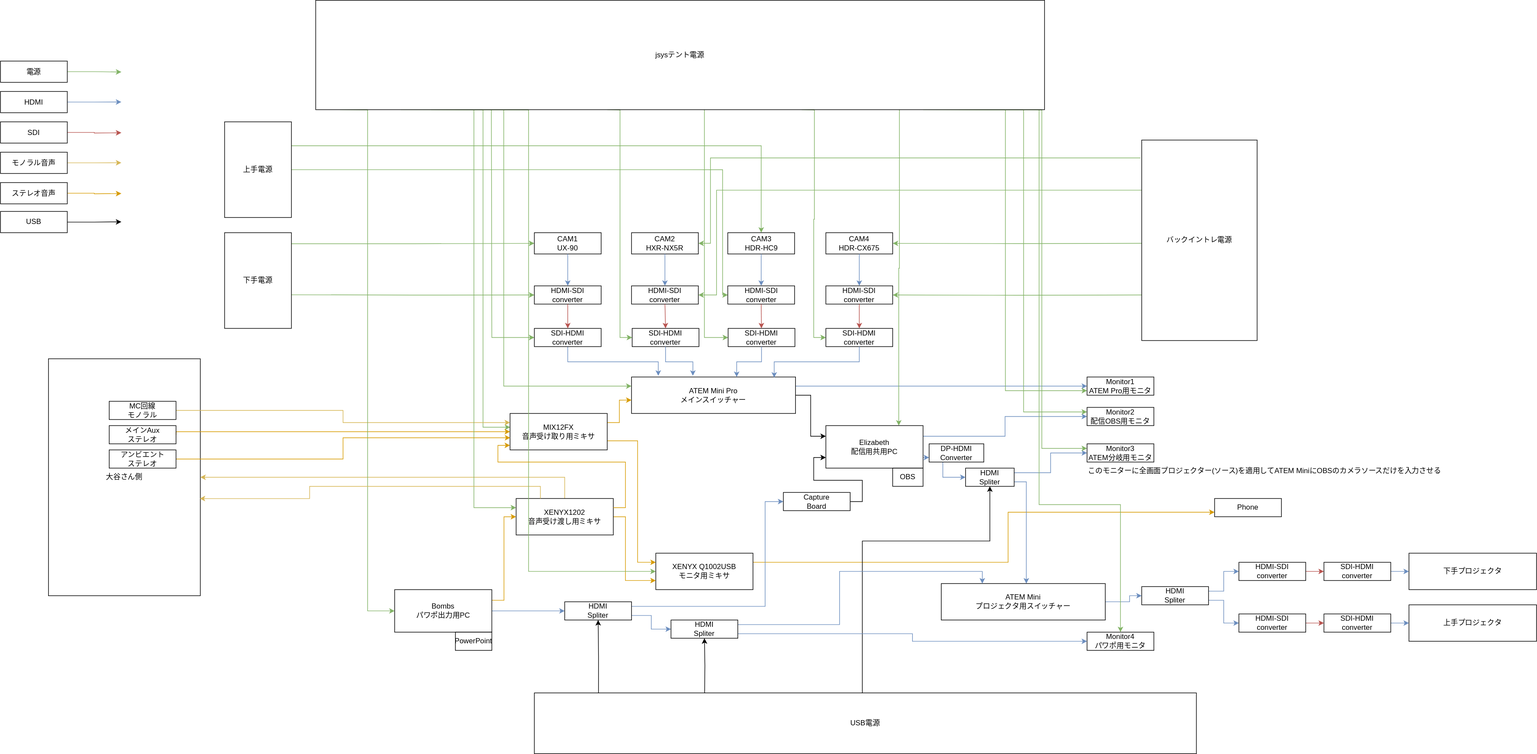
The draw.io diagram drawio-svg/jsys23-eizou-wiring.drawio.svg in dolceWFC/sohosai-eizou-live-wiring, before a commit. Source tidied: cells renumbered, new cells last; positions are measured from the earlier drawing's top-left corner, leaving out a move shared by most shapes.
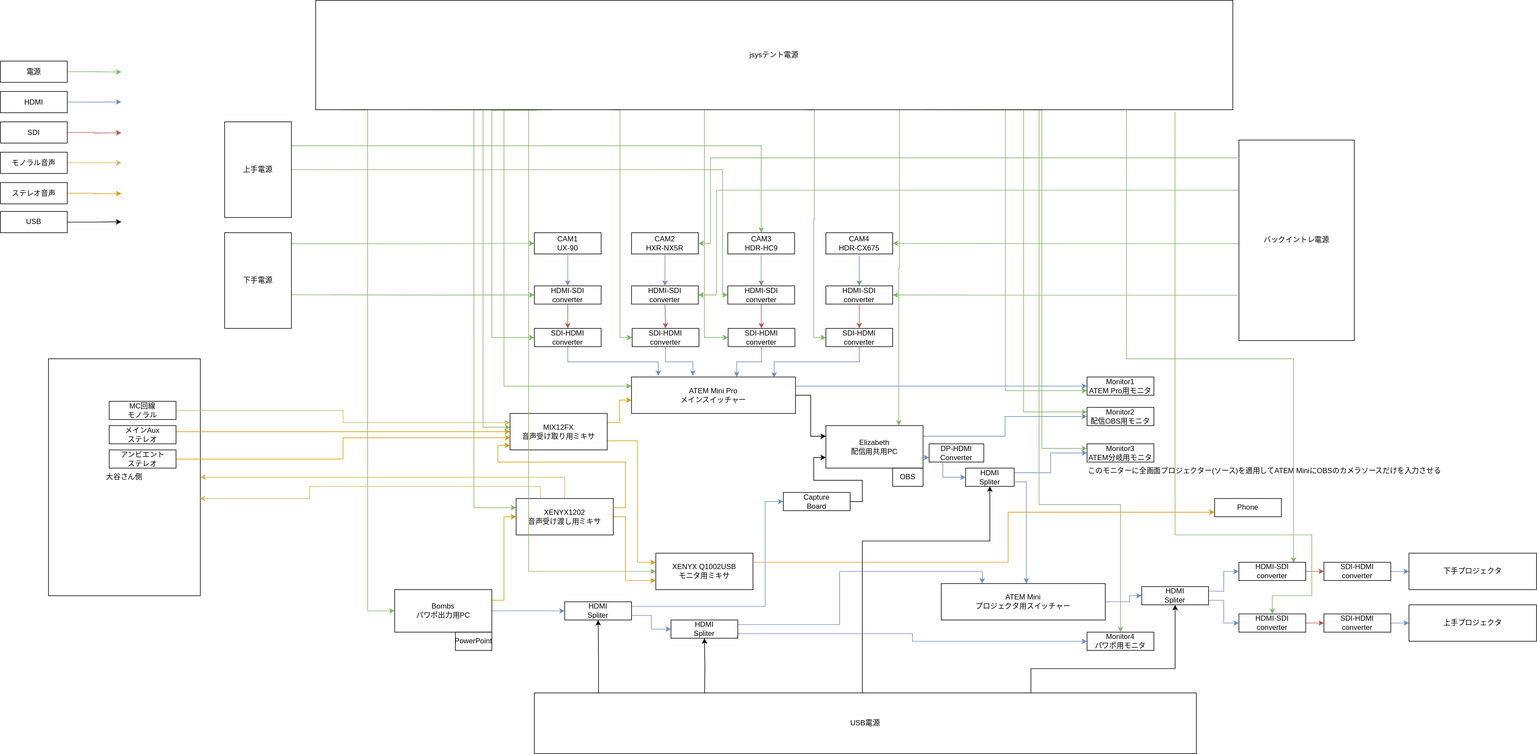
After the change.

Commit message:
jsys23-eizou-wiring.drawio.svg を更新します

Diff of the diagram source:
```diff
@@ -25,10 +25,8 @@
     <mxCell id="7" value="CAM1&lt;br&gt;UX-90" style="text;html=1;strokeColor=default;fillColor=none;align=center;verticalAlign=middle;whiteSpace=wrap;rounded=0;" parent="1" vertex="1">
       <mxGeometry x="879" y="382.5" width="110" height="35" as="geometry" />
     </mxCell>
-    <mxCell id="8" style="edgeStyle=orthogonalEdgeStyle;rounded=0;jettySize=auto;html=1;exitX=1;exitY=0.5;exitDx=0;exitDy=0;fillColor=#d5e8d4;strokeColor=#82b366;entryX=1;entryY=0.5;entryDx=0;entryDy=0;" parent="1" edge="1" target="9">
-      <mxGeometry relative="1" as="geometry">
-        <mxPoint x="1879" y="400" as="sourcePoint" />
-      </mxGeometry>
+    <mxCell id="8" style="edgeStyle=orthogonalEdgeStyle;rounded=0;jettySize=auto;html=1;exitX=0.005;exitY=0.517;exitDx=0;exitDy=0;fillColor=#d5e8d4;strokeColor=#82b366;entryX=1;entryY=0.5;entryDx=0;entryDy=0;exitPerimeter=0;" parent="1" edge="1" source="98" target="9">
+      <mxGeometry relative="1" as="geometry" />
     </mxCell>
     <mxCell id="9" value="CAM4&lt;br&gt;HDR-CX675" style="text;html=1;strokeColor=default;fillColor=none;align=center;verticalAlign=middle;whiteSpace=wrap;rounded=0;" parent="1" vertex="1">
       <mxGeometry x="1359" y="382.5" width="110" height="35" as="geometry" />
@@ -63,10 +61,8 @@
     <mxCell id="15" value="HDMI-SDI&lt;br&gt;converter" style="text;html=1;strokeColor=default;fillColor=none;align=center;verticalAlign=middle;whiteSpace=wrap;rounded=0;" parent="1" vertex="1">
       <mxGeometry x="1197.5" y="470" width="110" height="30" as="geometry" />
     </mxCell>
-    <mxCell id="16" style="edgeStyle=orthogonalEdgeStyle;rounded=0;jettySize=auto;html=1;exitX=1;exitY=0.5;exitDx=0;exitDy=0;fillColor=#d5e8d4;strokeColor=#82b366;entryX=1;entryY=0.5;entryDx=0;entryDy=0;" parent="1" edge="1" target="17">
-      <mxGeometry relative="1" as="geometry">
-        <mxPoint x="1879" y="485" as="sourcePoint" />
-      </mxGeometry>
+    <mxCell id="16" style="edgeStyle=orthogonalEdgeStyle;rounded=0;jettySize=auto;html=1;exitX=-0.012;exitY=0.774;exitDx=0;exitDy=0;fillColor=#d5e8d4;strokeColor=#82b366;entryX=1;entryY=0.5;entryDx=0;entryDy=0;exitPerimeter=0;" parent="1" edge="1" source="98" target="17">
+      <mxGeometry relative="1" as="geometry" />
     </mxCell>
     <mxCell id="17" value="HDMI-SDI&lt;br&gt;converter" style="text;html=1;strokeColor=default;fillColor=none;align=center;verticalAlign=middle;whiteSpace=wrap;rounded=0;" parent="1" vertex="1">
       <mxGeometry x="1359" y="470" width="110" height="30" as="geometry" />
@@ -407,10 +403,10 @@
       <mxGeometry x="1289" y="810" width="110" height="30" as="geometry" />
     </mxCell>
     <mxCell id="97" value="jsysテント電源" style="text;html=1;strokeColor=default;fillColor=none;align=center;verticalAlign=middle;whiteSpace=wrap;rounded=0;" parent="1" vertex="1">
-      <mxGeometry x="519" width="1200" height="180" as="geometry" />
+      <mxGeometry x="519" width="1510" height="180" as="geometry" />
     </mxCell>
     <mxCell id="98" value="バックイントレ電源" style="text;html=1;strokeColor=default;fillColor=none;align=center;verticalAlign=middle;whiteSpace=wrap;rounded=0;" parent="1" vertex="1">
-      <mxGeometry x="1879" y="230" width="190" height="330" as="geometry" />
+      <mxGeometry x="2039" y="230" width="190" height="330" as="geometry" />
     </mxCell>
     <mxCell id="99" style="edgeStyle=orthogonalEdgeStyle;rounded=0;jettySize=auto;html=1;exitX=-0.012;exitY=0.089;exitDx=0;exitDy=0;entryX=1;entryY=0.5;entryDx=0;entryDy=0;fillColor=#d5e8d4;strokeColor=#82b366;exitPerimeter=0;" parent="1" edge="1" source="98" target="3">
       <mxGeometry relative="1" as="geometry">
@@ -478,6 +474,14 @@
     <mxCell id="113" value="USB" style="text;html=1;strokeColor=default;fillColor=none;align=center;verticalAlign=middle;whiteSpace=wrap;rounded=0;" parent="1" vertex="1">
       <mxGeometry y="347.5" width="110" height="35" as="geometry" />
     </mxCell>
+    <mxCell id="130" style="edgeStyle=orthogonalEdgeStyle;rounded=0;jettySize=auto;html=1;exitX=0.75;exitY=0;exitDx=0;exitDy=0;entryX=0.5;entryY=1;entryDx=0;entryDy=0;" parent="1" edge="1" source="114" target="82">
+      <mxGeometry relative="1" as="geometry">
+        <Array as="points">
+          <mxPoint x="1697" y="1100" />
+          <mxPoint x="1934" y="1100" />
+        </Array>
+      </mxGeometry>
+    </mxCell>
     <mxCell id="114" value="USB電源" style="text;html=1;strokeColor=default;fillColor=none;align=center;verticalAlign=middle;whiteSpace=wrap;rounded=0;" parent="1" vertex="1">
       <mxGeometry x="879" y="1140" width="1090" height="100" as="geometry" />
     </mxCell>
@@ -512,6 +516,15 @@
     <mxCell id="122" style="edgeStyle=orthogonalEdgeStyle;rounded=0;jettySize=auto;html=1;exitX=1;exitY=0.5;exitDx=0;exitDy=0;entryX=0;entryY=0.5;entryDx=0;entryDy=0;fillColor=#f8cecc;strokeColor=#b85450;" parent="1" edge="1" source="123" target="125">
       <mxGeometry relative="1" as="geometry" />
     </mxCell>
+    <mxCell id="131" style="edgeStyle=orthogonalEdgeStyle;rounded=0;jettySize=auto;html=1;exitX=0.884;exitY=0.994;exitDx=0;exitDy=0;entryX=0.815;entryY=0.022;entryDx=0;entryDy=0;fillColor=#d5e8d4;strokeColor=#82b366;exitPerimeter=0;entryPerimeter=0;" parent="1" edge="1" source="97" target="123">
+      <mxGeometry relative="1" as="geometry">
+        <Array as="points">
+          <mxPoint x="1854" y="590" />
+          <mxPoint x="2129" y="590" />
+          <mxPoint x="2129" y="926" />
+        </Array>
+      </mxGeometry>
+    </mxCell>
     <mxCell id="123" value="HDMI-SDI&lt;br&gt;converter" style="text;html=1;strokeColor=default;fillColor=none;align=center;verticalAlign=middle;whiteSpace=wrap;rounded=0;" parent="1" vertex="1">
       <mxGeometry x="2039" y="925" width="110" height="30" as="geometry" />
     </mxCell>
@@ -530,6 +543,16 @@
     <mxCell id="128" style="edgeStyle=orthogonalEdgeStyle;rounded=0;jettySize=auto;html=1;exitX=1;exitY=0.5;exitDx=0;exitDy=0;entryX=0;entryY=0.5;entryDx=0;entryDy=0;fillColor=#f8cecc;strokeColor=#b85450;" parent="1" edge="1" source="129" target="127">
       <mxGeometry relative="1" as="geometry" />
     </mxCell>
+    <mxCell id="132" style="edgeStyle=orthogonalEdgeStyle;rounded=0;jettySize=auto;html=1;exitX=0.937;exitY=1.017;exitDx=0;exitDy=0;entryX=0.5;entryY=0;entryDx=0;entryDy=0;fillColor=#d5e8d4;strokeColor=#82b366;exitPerimeter=0;" parent="1" edge="1" source="97" target="129">
+      <mxGeometry relative="1" as="geometry">
+        <Array as="points">
+          <mxPoint x="1934" y="880" />
+          <mxPoint x="2159" y="880" />
+          <mxPoint x="2159" y="980" />
+          <mxPoint x="2094" y="980" />
+        </Array>
+      </mxGeometry>
+    </mxCell>
     <mxCell id="129" value="HDMI-SDI&lt;br&gt;converter" style="text;html=1;strokeColor=default;fillColor=none;align=center;verticalAlign=middle;whiteSpace=wrap;rounded=0;" parent="1" vertex="1">
       <mxGeometry x="2039" y="1010" width="110" height="30" as="geometry" />
     </mxCell>
```
